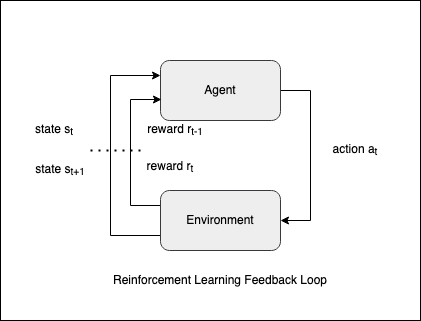
The draw.io diagram src/diagrams/reinforce_learning_control_loop.png in analytiq-hub/sigagent.github.io, before a commit. Source tidied: cells renumbered, new cells last; positions are measured from the earlier drawing's top-left corner, leaving out a move shared by most shapes.
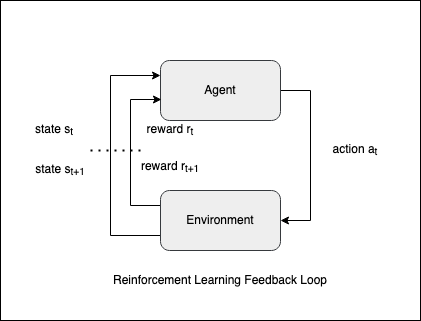
The same file after the commit.

What changed in the source:
```diff
@@ -38,8 +38,8 @@
     <mxCell id="8" value="action a&lt;sub&gt;t&lt;/sub&gt;" style="text;html=1;strokeColor=none;fillColor=none;align=center;verticalAlign=middle;whiteSpace=wrap;rounded=0;" parent="1" vertex="1">
       <mxGeometry x="320" y="140" width="70" height="20" as="geometry" />
     </mxCell>
-    <mxCell id="9" value="reward r&lt;sub&gt;t-1&lt;/sub&gt;" style="text;html=1;strokeColor=none;fillColor=none;align=center;verticalAlign=middle;whiteSpace=wrap;rounded=0;" parent="1" vertex="1">
-      <mxGeometry x="140" y="120" width="70" height="20" as="geometry" />
+    <mxCell id="9" value="reward r&lt;sub&gt;t&lt;/sub&gt;" style="text;html=1;strokeColor=none;fillColor=none;align=center;verticalAlign=middle;whiteSpace=wrap;rounded=0;" parent="1" vertex="1">
+      <mxGeometry x="135" y="120" width="70" height="20" as="geometry" />
     </mxCell>
     <mxCell id="10" value="state s&lt;sub&gt;t&lt;/sub&gt;" style="text;html=1;strokeColor=none;fillColor=none;align=center;verticalAlign=middle;whiteSpace=wrap;rounded=0;" parent="1" vertex="1">
       <mxGeometry x="14" y="120" width="80" height="20" as="geometry" />
@@ -47,7 +47,7 @@
     <mxCell id="11" value="state s&lt;sub&gt;t+1&lt;/sub&gt;" style="text;html=1;strokeColor=none;fillColor=none;align=center;verticalAlign=middle;whiteSpace=wrap;rounded=0;" parent="1" vertex="1">
       <mxGeometry x="20" y="160" width="80" height="20" as="geometry" />
     </mxCell>
-    <mxCell id="12" value="reward r&lt;sub&gt;t&lt;/sub&gt;" style="text;html=1;strokeColor=none;fillColor=none;align=center;verticalAlign=middle;whiteSpace=wrap;rounded=0;" parent="1" vertex="1">
+    <mxCell id="12" value="reward r&lt;sub&gt;t+1&lt;/sub&gt;" style="text;html=1;strokeColor=none;fillColor=none;align=center;verticalAlign=middle;whiteSpace=wrap;rounded=0;" parent="1" vertex="1">
       <mxGeometry x="130" y="157" width="80" height="20" as="geometry" />
     </mxCell>
     <mxCell id="13" style="endArrow=none;dashed=1;html=1;dashPattern=1 3;strokeWidth=2;" parent="1" edge="1">
```
